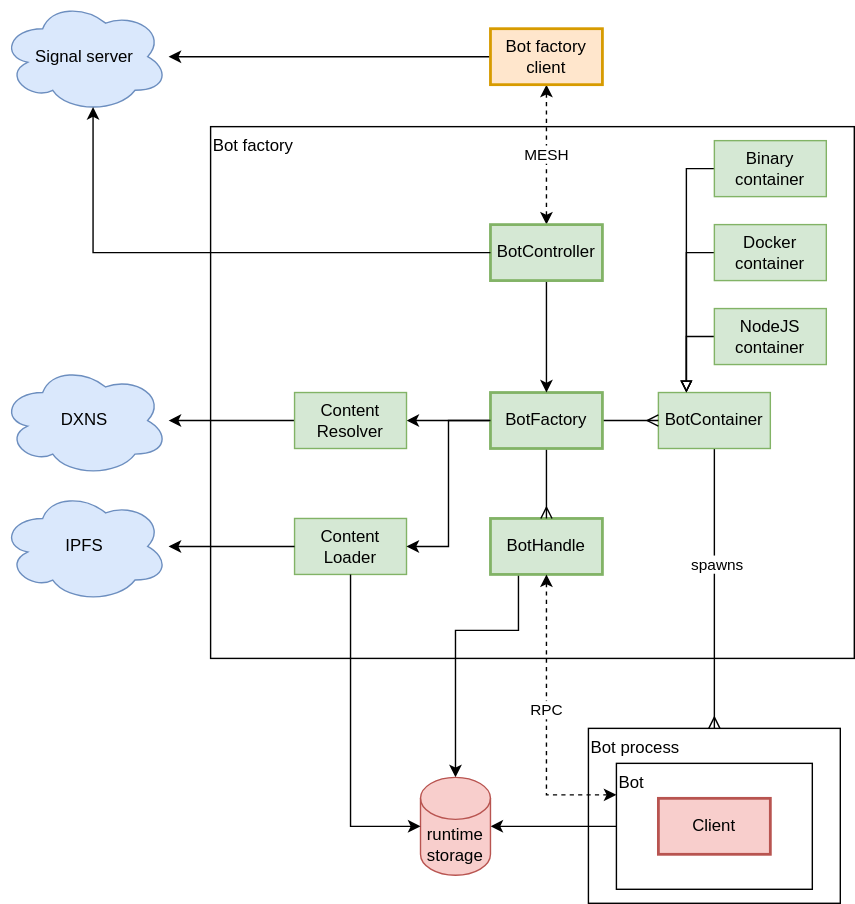
Above: packages/bot/bot.drawio.svg in dxos/dxos (draw.io), before the change. Source tidied: cells renumbered, new cells last; positions are measured from the earlier drawing's top-left corner, leaving out a move shared by most shapes.
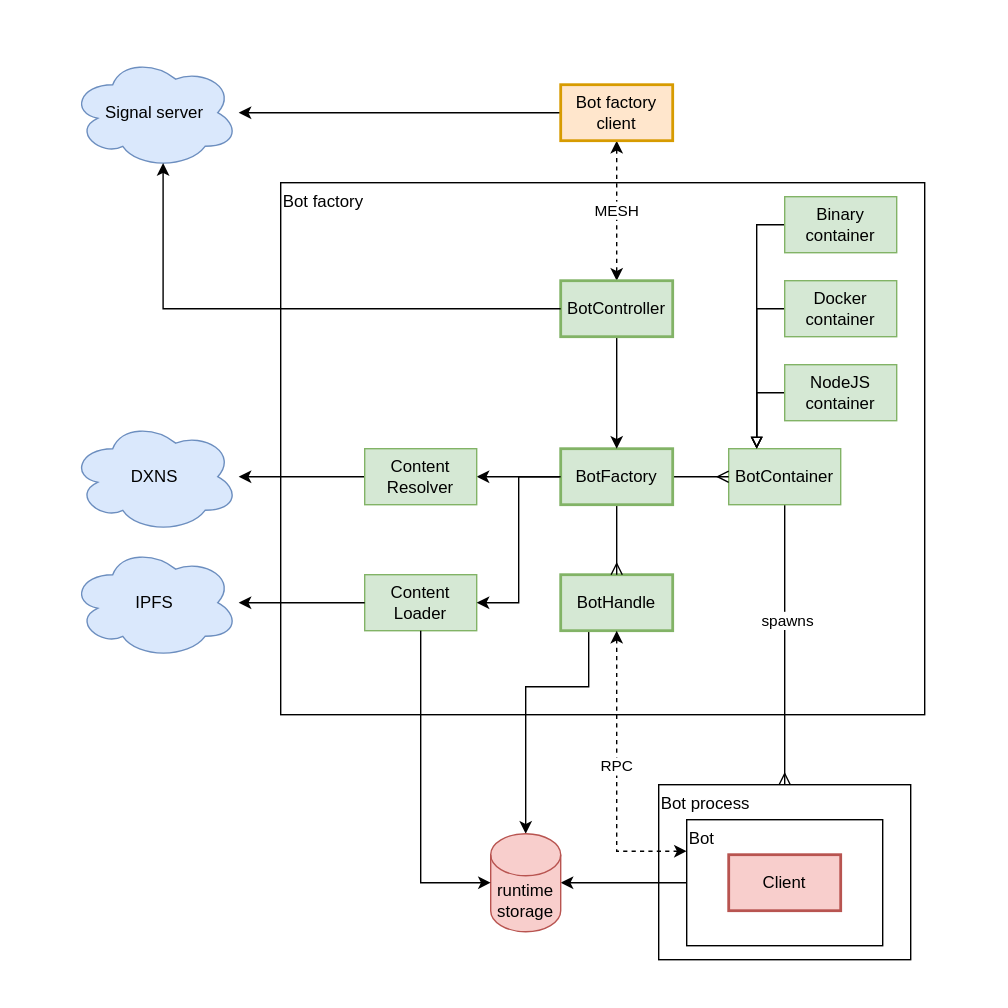
Above is the later version.

What changed in the source:
```diff
@@ -1,7 +1,10 @@
-<mxGraphModel>
+<mxGraphModel background="#ffffff">
   <root>
     <mxCell id="0" />
     <mxCell id="1" parent="0" />
+    <mxCell id="40" style="shape=ext;double=1;rounded=0;whiteSpace=wrap;html=1;fillColor=none;strokeWidth=0;strokeColor=none;" parent="1" vertex="1">
+      <mxGeometry x="-50" y="-40" width="720" height="720" as="geometry" />
+    </mxCell>
     <mxCell id="2" value="Bot factory" style="rounded=0;whiteSpace=wrap;html=1;align=left;verticalAlign=top;" parent="1" vertex="1">
       <mxGeometry x="150" y="90" width="460" height="380" as="geometry" />
     </mxCell>
```
